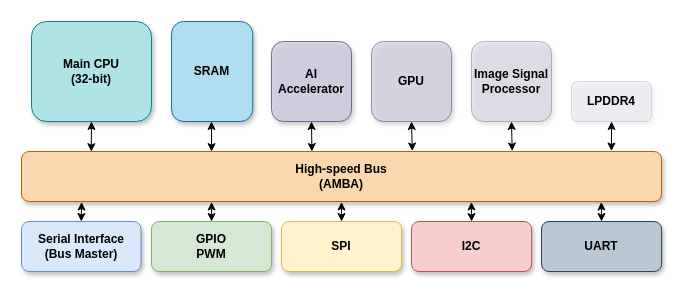
Before: soc_gen.drawio in Saacman/soc_gen, a draw.io diagram. Source tidied: cells renumbered, new cells numbered last; positions are measured from the earlier drawing's top-left corner, leaving out a move shared by most shapes. Both pictures are drawn from the tidied source at 100%, with x=0, y=0 at pixel (21, 21).
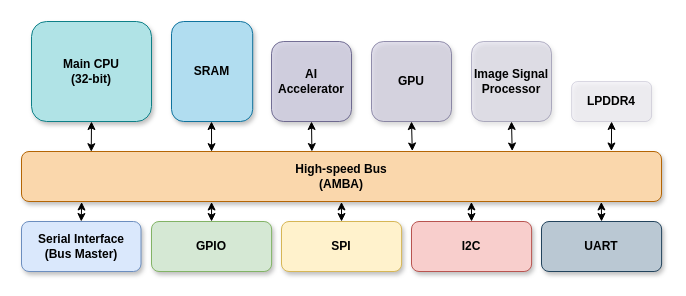
Above is the later version.

The edit, as a diff of the source:
```diff
@@
-    <mxCell id="6" value="&lt;div&gt;GPIO&lt;/div&gt;&lt;div&gt;PWM&lt;br&gt;&lt;/div&gt;" style="rounded=1;whiteSpace=wrap;html=1;fillColor=#d5e8d4;strokeColor=#82b366;shadow=1;fontStyle=1;" parent="1" vertex="1">
+    <mxCell id="6" value="&lt;div&gt;GPIO&lt;/div&gt;" style="rounded=1;whiteSpace=wrap;html=1;fillColor=#d5e8d4;strokeColor=#82b366;shadow=1;fontStyle=1;" parent="1" vertex="1">
       <mxGeometry x="130" y="200" width="120.1" height="50" as="geometry" />
     </mxCell>
```
